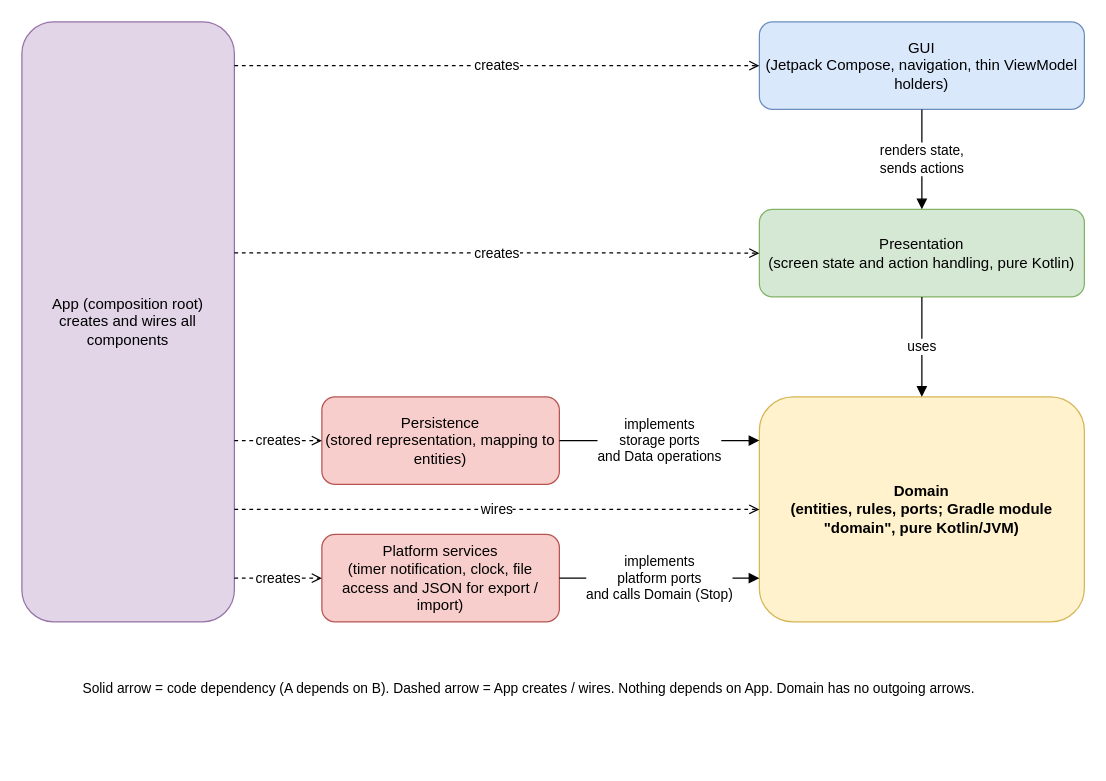
Earlier version of the draw.io diagram docs/diagrams/components.drawio (Qbisiek/habbit-tracker). Source tidied: cells renumbered, new cells numbered last; positions are measured from the earlier drawing's top-left corner, leaving out a move shared by most shapes. Both pictures are drawn from the tidied source at 125%, with x=0, y=0 at pixel (21, 21).
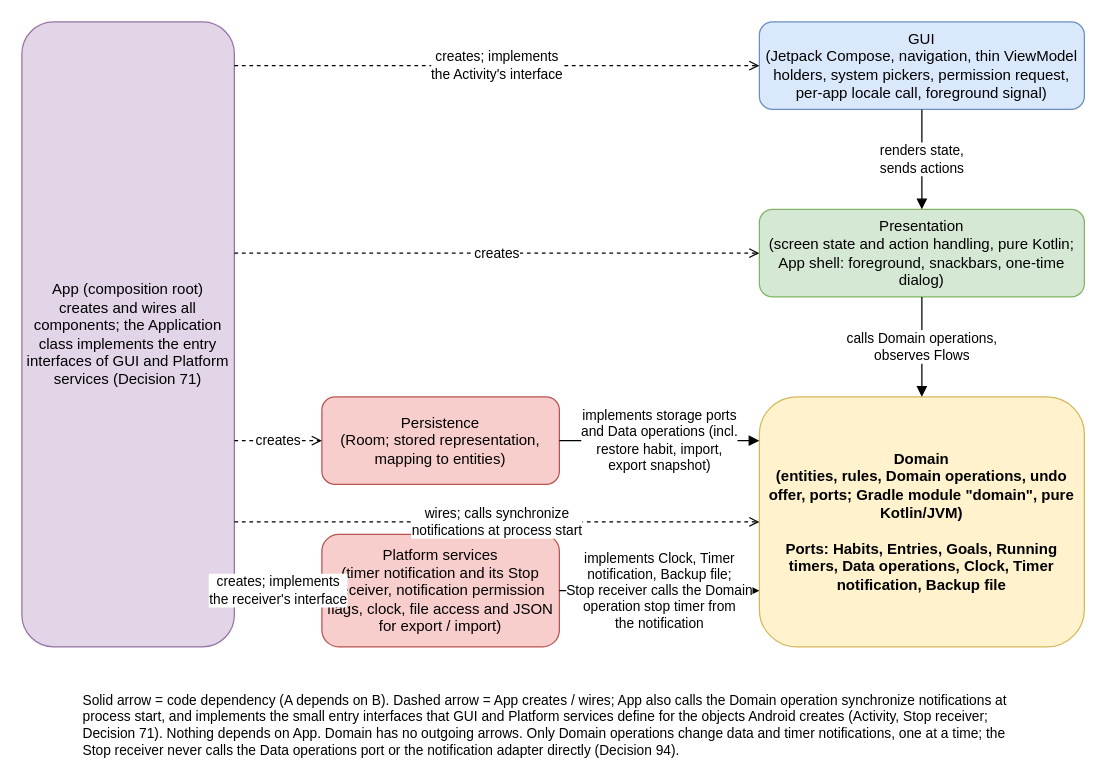
Above is the later version.

Diff of the diagram source:
```diff
@@
 <mxGraphModel>
   <root>
     <mxCell id="0" />
     <mxCell id="1" parent="0" />
-    <mxCell id="2" value="App (composition root)&#10;creates and wires all components" style="rounded=1;whiteSpace=wrap;html=1;fillColor=#e1d5e7;strokeColor=#9673a6;" parent="1" vertex="1">
-      <mxGeometry width="170" height="480" as="geometry" />
+    <mxCell id="2" value="App (composition root)&#10;creates and wires all components; the Application class implements the entry interfaces of GUI and Platform services (Decision 71)" style="rounded=1;whiteSpace=wrap;html=1;fillColor=#e1d5e7;strokeColor=#9673a6;" parent="1" vertex="1">
+      <mxGeometry width="170" height="500" as="geometry" />
     </mxCell>
-    <mxCell id="3" value="GUI&#10;(Jetpack Compose, navigation, thin ViewModel holders)" style="rounded=1;whiteSpace=wrap;html=1;fillColor=#dae8fc;strokeColor=#6c8ebf;" parent="1" vertex="1">
+    <mxCell id="3" value="GUI&#10;(Jetpack Compose, navigation, thin ViewModel holders, system pickers, permission request, per-app locale call, foreground signal)" style="rounded=1;whiteSpace=wrap;html=1;fillColor=#dae8fc;strokeColor=#6c8ebf;" parent="1" vertex="1">
       <mxGeometry x="590" width="260" height="70" as="geometry" />
     </mxCell>
-    <mxCell id="4" value="Presentation&#10;(screen state and action handling, pure Kotlin)" style="rounded=1;whiteSpace=wrap;html=1;fillColor=#d5e8d4;strokeColor=#82b366;" parent="1" vertex="1">
+    <mxCell id="4" value="Presentation&#10;(screen state and action handling, pure Kotlin; App shell: foreground, snackbars, one-time dialog)" style="rounded=1;whiteSpace=wrap;html=1;fillColor=#d5e8d4;strokeColor=#82b366;" parent="1" vertex="1">
       <mxGeometry x="590" y="150" width="260" height="70" as="geometry" />
     </mxCell>
-    <mxCell id="5" value="Domain&#10;(entities, rules, ports; Gradle module &quot;domain&quot;, pure Kotlin/JVM)" style="rounded=1;whiteSpace=wrap;html=1;fillColor=#fff2cc;strokeColor=#d6b656;fontStyle=1;" parent="1" vertex="1">
-      <mxGeometry x="590" y="300" width="260" height="180" as="geometry" />
+    <mxCell id="5" value="Domain&#10;(entities, rules, Domain operations, undo offer, ports; Gradle module &quot;domain&quot;, pure Kotlin/JVM)&#10;&#10;Ports: Habits, Entries, Goals, Running timers, Data operations, Clock, Timer notification, Backup file" style="rounded=1;whiteSpace=wrap;html=1;fillColor=#fff2cc;strokeColor=#d6b656;fontStyle=1;" parent="1" vertex="1">
+      <mxGeometry x="590" y="300" width="260" height="200" as="geometry" />
     </mxCell>
-    <mxCell id="6" value="Persistence&#10;(stored representation, mapping to entities)" style="rounded=1;whiteSpace=wrap;html=1;fillColor=#f8cecc;strokeColor=#b85450;" parent="1" vertex="1">
+    <mxCell id="6" value="Persistence&#10;(Room; stored representation, mapping to entities)" style="rounded=1;whiteSpace=wrap;html=1;fillColor=#f8cecc;strokeColor=#b85450;" parent="1" vertex="1">
       <mxGeometry x="240" y="300" width="190" height="70" as="geometry" />
     </mxCell>
-    <mxCell id="7" value="Platform services&#10;(timer notification, clock, file access and JSON for export / import)" style="rounded=1;whiteSpace=wrap;html=1;fillColor=#f8cecc;strokeColor=#b85450;" parent="1" vertex="1">
-      <mxGeometry x="240" y="410" width="190" height="70" as="geometry" />
+    <mxCell id="7" value="Platform services&#10;(timer notification and its Stop receiver, notification permission flags, clock, file access and JSON for export / import)" style="rounded=1;whiteSpace=wrap;html=1;fillColor=#f8cecc;strokeColor=#b85450;" parent="1" vertex="1">
+      <mxGeometry x="240" y="410" width="190" height="90" as="geometry" />
     </mxCell>
     <mxCell id="8" value="renders state,&#10;sends actions" style="endArrow=block;html=1;edgeStyle=orthogonalEdgeStyle;" parent="1" edge="1" source="3" target="4">
       <mxGeometry relative="1" as="geometry" />
     </mxCell>
-    <mxCell id="9" value="uses" style="endArrow=block;html=1;edgeStyle=orthogonalEdgeStyle;" parent="1" edge="1" source="4" target="5">
+    <mxCell id="9" value="calls Domain operations,&#10;observes Flows" style="endArrow=block;html=1;edgeStyle=orthogonalEdgeStyle;" parent="1" edge="1" source="4" target="5">
       <mxGeometry relative="1" as="geometry" />
     </mxCell>
-    <mxCell id="10" value="implements&#10;storage ports&#10;and Data operations" style="endArrow=block;html=1;edgeStyle=orthogonalEdgeStyle;exitX=1;exitY=0.5;exitDx=0;exitDy=0;entryX=0;entryY=0.194;entryDx=0;entryDy=0;entryPerimeter=0;" parent="1" edge="1" source="6" target="5">
+    <mxCell id="10" value="implements storage ports&#10;and Data operations (incl.&#10;restore habit, import,&#10;export snapshot)" style="endArrow=block;html=1;edgeStyle=orthogonalEdgeStyle;exitX=1;exitY=0.5;exitDx=0;exitDy=0;entryX=0;entryY=0.175;entryDx=0;entryDy=0;entryPerimeter=0;" parent="1" edge="1" source="6" target="5">
       <mxGeometry relative="1" as="geometry" />
     </mxCell>
-    <mxCell id="11" value="implements&#10;platform ports&#10;and calls Domain (Stop)" style="endArrow=block;html=1;edgeStyle=orthogonalEdgeStyle;exitX=1;exitY=0.5;exitDx=0;exitDy=0;entryX=0;entryY=0.806;entryDx=0;entryDy=0;entryPerimeter=0;" parent="1" edge="1" source="7" target="5">
+    <mxCell id="11" value="implements Clock, Timer&#10;notification, Backup file;&#10;Stop receiver calls the Domain&#10;operation stop timer from&#10;the notification" style="endArrow=block;html=1;edgeStyle=orthogonalEdgeStyle;exitX=1;exitY=0.5;exitDx=0;exitDy=0;entryX=0;entryY=0.775;entryDx=0;entryDy=0;entryPerimeter=0;" parent="1" edge="1" source="7" target="5">
       <mxGeometry relative="1" as="geometry" />
     </mxCell>
-    <mxCell id="12" value="creates" style="endArrow=open;dashed=1;html=1;edgeStyle=orthogonalEdgeStyle;exitX=1;exitY=0.073;exitDx=0;exitDy=0;exitPerimeter=0;entryX=0;entryY=0.5;entryDx=0;entryDy=0;" parent="1" edge="1" source="2" target="3">
+    <mxCell id="12" value="creates; implements&#10;the Activity's interface" style="endArrow=open;dashed=1;html=1;edgeStyle=orthogonalEdgeStyle;exitX=1;exitY=0.07;exitDx=0;exitDy=0;exitPerimeter=0;entryX=0;entryY=0.5;entryDx=0;entryDy=0;" parent="1" edge="1" source="2" target="3">
       <mxGeometry relative="1" as="geometry" />
     </mxCell>
-    <mxCell id="13" value="creates" style="endArrow=open;dashed=1;html=1;edgeStyle=orthogonalEdgeStyle;exitX=1;exitY=0.385;exitDx=0;exitDy=0;exitPerimeter=0;entryX=0;entryY=0.5;entryDx=0;entryDy=0;" parent="1" edge="1" source="2" target="4">
+    <mxCell id="13" value="creates" style="endArrow=open;dashed=1;html=1;edgeStyle=orthogonalEdgeStyle;exitX=1;exitY=0.37;exitDx=0;exitDy=0;exitPerimeter=0;entryX=0;entryY=0.5;entryDx=0;entryDy=0;" parent="1" edge="1" source="2" target="4">
       <mxGeometry relative="1" as="geometry" />
     </mxCell>
-    <mxCell id="14" value="wires" style="endArrow=open;dashed=1;html=1;edgeStyle=orthogonalEdgeStyle;exitX=1;exitY=0.8125;exitDx=0;exitDy=0;exitPerimeter=0;entryX=0;entryY=0.5;entryDx=0;entryDy=0;" parent="1" edge="1" source="2" target="5">
+    <mxCell id="14" value="wires; calls synchronize&#10;notifications at process start" style="endArrow=open;dashed=1;html=1;edgeStyle=orthogonalEdgeStyle;exitX=1;exitY=0.8;exitDx=0;exitDy=0;exitPerimeter=0;entryX=0;entryY=0.5;entryDx=0;entryDy=0;" parent="1" edge="1" source="2" target="5">
       <mxGeometry relative="1" as="geometry" />
     </mxCell>
-    <mxCell id="15" value="creates" style="endArrow=open;dashed=1;html=1;edgeStyle=orthogonalEdgeStyle;exitX=1;exitY=0.698;exitDx=0;exitDy=0;exitPerimeter=0;entryX=0;entryY=0.5;entryDx=0;entryDy=0;" parent="1" edge="1" source="2" target="6">
+    <mxCell id="15" value="creates" style="endArrow=open;dashed=1;html=1;edgeStyle=orthogonalEdgeStyle;exitX=1;exitY=0.67;exitDx=0;exitDy=0;exitPerimeter=0;entryX=0;entryY=0.5;entryDx=0;entryDy=0;" parent="1" edge="1" source="2" target="6">
       <mxGeometry relative="1" as="geometry" />
     </mxCell>
-    <mxCell id="16" value="creates" style="endArrow=open;dashed=1;html=1;edgeStyle=orthogonalEdgeStyle;exitX=1;exitY=0.927;exitDx=0;exitDy=0;exitPerimeter=0;entryX=0;entryY=0.5;entryDx=0;entryDy=0;" parent="1" edge="1" source="2" target="7">
+    <mxCell id="16" value="creates; implements&#10;the receiver's interface" style="endArrow=open;dashed=1;html=1;edgeStyle=orthogonalEdgeStyle;exitX=1;exitY=0.91;exitDx=0;exitDy=0;exitPerimeter=0;entryX=0;entryY=0.5;entryDx=0;entryDy=0;" parent="1" edge="1" source="2" target="7">
       <mxGeometry relative="1" as="geometry" />
     </mxCell>
-    <mxCell id="17" value="Solid arrow = code dependency (A depends on B). Dashed arrow = App creates / wires. Nothing depends on App. Domain has no outgoing arrows." style="text;html=1;whiteSpace=wrap;align=left;fontSize=11;" parent="1" vertex="1">
-      <mxGeometry x="47" y="520" width="760" height="30" as="geometry" />
+    <mxCell id="17" value="Solid arrow = code dependency (A depends on B). Dashed arrow = App creates / wires; App also calls the Domain operation synchronize notifications at process start, and implements the small entry interfaces that GUI and Platform services define for the objects Android creates (Activity, Stop receiver; Decision 71). Nothing depends on App. Domain has no outgoing arrows. Only Domain operations change data and timer notifications, one at a time; the Stop receiver never calls the Data operations port or the notification adapter directly (Decision 94)." style="text;html=1;whiteSpace=wrap;align=left;fontSize=11;" parent="1" vertex="1">
+      <mxGeometry x="47" y="530" width="760" height="45" as="geometry" />
     </mxCell>
   </root>
 </mxGraphModel>
```
